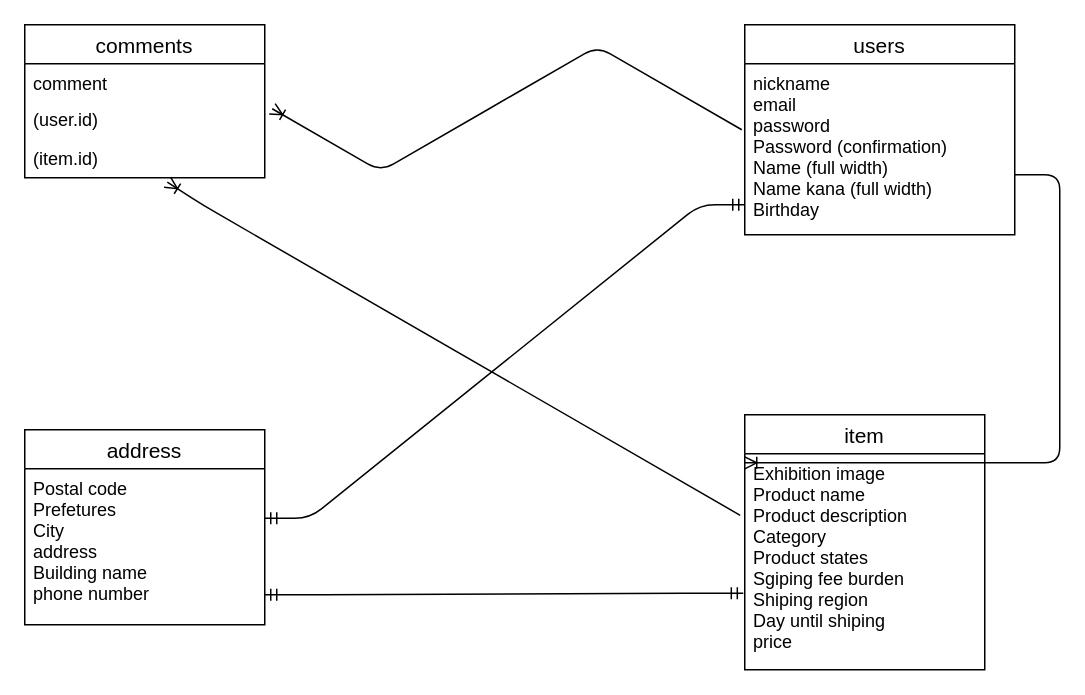
yugo-cloud/furima-29299 keeps this draw.io diagram as er.drawio. Above is the earlier version. Source tidied: cells renumbered, new cells numbered last; positions are measured from the earlier drawing's top-left corner, leaving out a move shared by most shapes. Both pictures are drawn from the tidied source at 150%, with x=0, y=0 at pixel (24, 24).
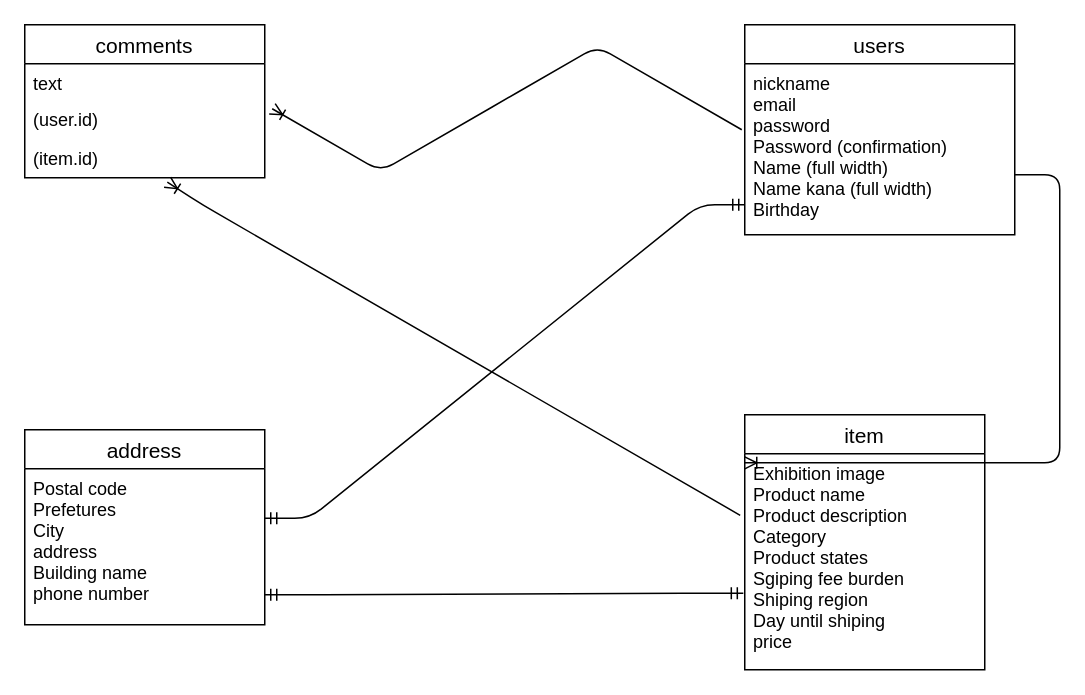
After the change.

The change refers to these unchanged cells:
```xml
<mxCell id="2" value="comments" style="swimlane;fontStyle=0;horizontal=1;startSize=26;align=center;fontSize=14;" parent="1" vertex="1">
  <mxGeometry width="160" height="102" as="geometry" />
</mxCell>
```

Diff of the diagram source:
```diff
@@
-    <mxCell id="3" value="comment&#10;" style="text;strokeColor=none;fillColor=none;spacingLeft=4;spacingRight=4;overflow=hidden;points=[[0,0.5],[1,0.5]];portConstraint=eastwest;fontSize=12;" parent="2" vertex="1">
+    <mxCell id="3" value="text" style="text;strokeColor=none;fillColor=none;spacingLeft=4;spacingRight=4;overflow=hidden;points=[[0,0.5],[1,0.5]];portConstraint=eastwest;fontSize=12;" parent="2" vertex="1">
       <mxGeometry y="26" width="160" height="24" as="geometry" />
     </mxCell>
```
